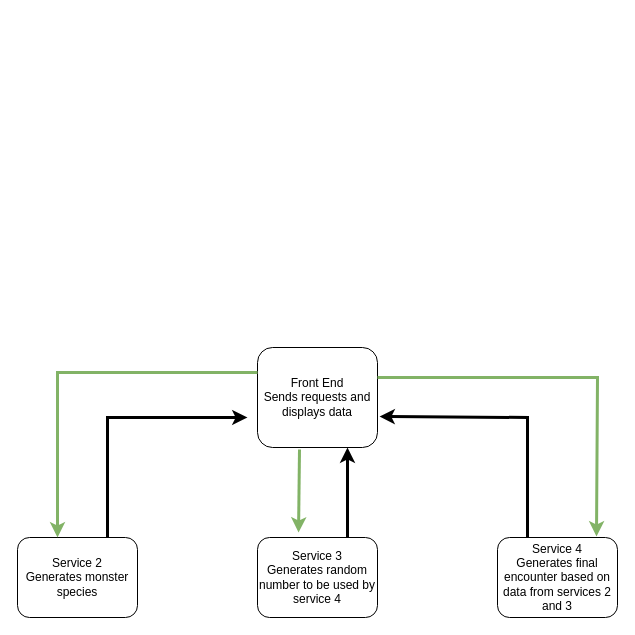
Earlier version of the draw.io diagram Untitled Diagram.drawio (ashtroboy79/QA-DevOps-Core-Practical-Project). Source tidied: cells renumbered, new cells numbered last; positions are measured from the earlier drawing's top-left corner, leaving out a move shared by most shapes. Both pictures are drawn from the tidied source at 100%, with x=0, y=0 at pixel (17, 347).
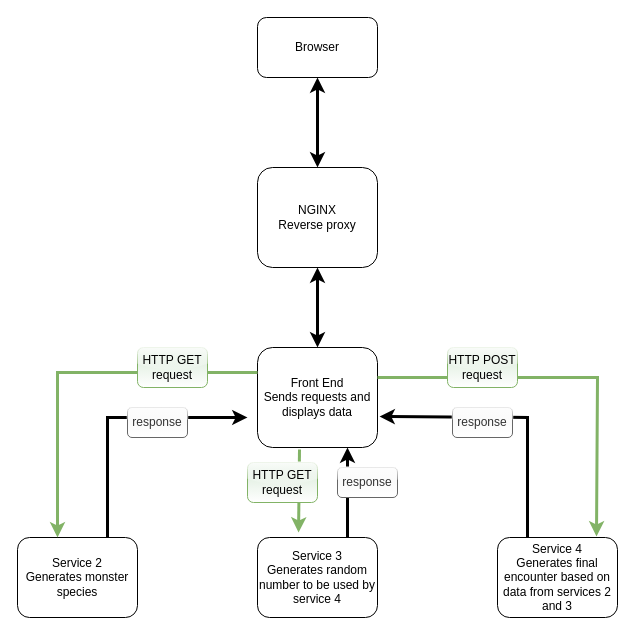
After the change.

The change refers to these unchanged cells:
```xml
<mxCell id="3" value="Front End&lt;br&gt;Sends requests and displays data" style="rounded=1;whiteSpace=wrap;html=1;fontSize=12;glass=0;strokeWidth=1;shadow=0;" parent="1" vertex="1">
  <mxGeometry x="240" width="120" height="100" as="geometry" />
</mxCell>
```

The edit, as a diff of the source:
```diff
@@
+    <mxCell id="13" value="NGINX&lt;br&gt;Reverse proxy" style="rounded=1;whiteSpace=wrap;html=1;fontSize=12;glass=0;strokeWidth=1;shadow=0;" parent="1" vertex="1">
+      <mxGeometry x="240" y="-180" width="120" height="100" as="geometry" />
+    </mxCell>
+    <mxCell id="14" style="endArrow=classic;startArrow=classic;html=1;rounded=0;entryX=0.5;entryY=1;entryDx=0;entryDy=0;exitX=0.5;exitY=0;exitDx=0;exitDy=0;strokeWidth=3;" parent="1" edge="1" source="3" target="13">
+      <mxGeometry relative="1" as="geometry" />
+    </mxCell>
+    <mxCell id="15" value="Browser" style="rounded=1;whiteSpace=wrap;html=1;" parent="1" vertex="1">
+      <mxGeometry x="240" y="-330" width="120" height="60" as="geometry" />
+    </mxCell>
+    <mxCell id="16" style="endArrow=classic;startArrow=classic;html=1;rounded=0;strokeWidth=3;entryX=0.5;entryY=1;entryDx=0;entryDy=0;exitX=0.5;exitY=0;exitDx=0;exitDy=0;" parent="1" edge="1" source="13" target="15">
+      <mxGeometry relative="1" as="geometry" />
+    </mxCell>
+    <mxCell id="17" value="HTTP GET request" style="text;html=1;strokeColor=#82b366;fillColor=#d5e8d4;align=center;verticalAlign=middle;whiteSpace=wrap;rounded=1;gradientColor=#ffffff;glass=1;" parent="1" vertex="1">
+      <mxGeometry x="120" width="70" height="40" as="geometry" />
+    </mxCell>
+    <mxCell id="18" value="response" style="text;html=1;strokeColor=#666666;fillColor=#f5f5f5;align=center;verticalAlign=middle;whiteSpace=wrap;rounded=1;glass=1;fontColor=#333333;gradientColor=#ffffff;" parent="1" vertex="1">
+      <mxGeometry x="110" y="60" width="60" height="30" as="geometry" />
+    </mxCell>
+    <mxCell id="19" value="HTTP GET request" style="text;html=1;strokeColor=#82b366;fillColor=#d5e8d4;align=center;verticalAlign=middle;whiteSpace=wrap;rounded=1;gradientColor=#ffffff;glass=1;" parent="1" vertex="1">
+      <mxGeometry x="230" y="115" width="70" height="40" as="geometry" />
+    </mxCell>
+    <mxCell id="20" value="response" style="text;html=1;strokeColor=#666666;fillColor=#f5f5f5;align=center;verticalAlign=middle;whiteSpace=wrap;rounded=1;glass=1;fontColor=#333333;gradientColor=#ffffff;" parent="1" vertex="1">
+      <mxGeometry x="320" y="120" width="60" height="30" as="geometry" />
+    </mxCell>
+    <mxCell id="21" value="response" style="text;html=1;strokeColor=#666666;fillColor=#f5f5f5;align=center;verticalAlign=middle;whiteSpace=wrap;rounded=1;glass=1;fontColor=#333333;gradientColor=#ffffff;" parent="1" vertex="1">
+      <mxGeometry x="435" y="60" width="60" height="30" as="geometry" />
+    </mxCell>
+    <mxCell id="22" value="HTTP POST request" style="text;html=1;strokeColor=#82b366;fillColor=#d5e8d4;align=center;verticalAlign=middle;whiteSpace=wrap;rounded=1;gradientColor=#ffffff;glass=1;" parent="1" vertex="1">
+      <mxGeometry x="430" width="70" height="40" as="geometry" />
+    </mxCell>
```
